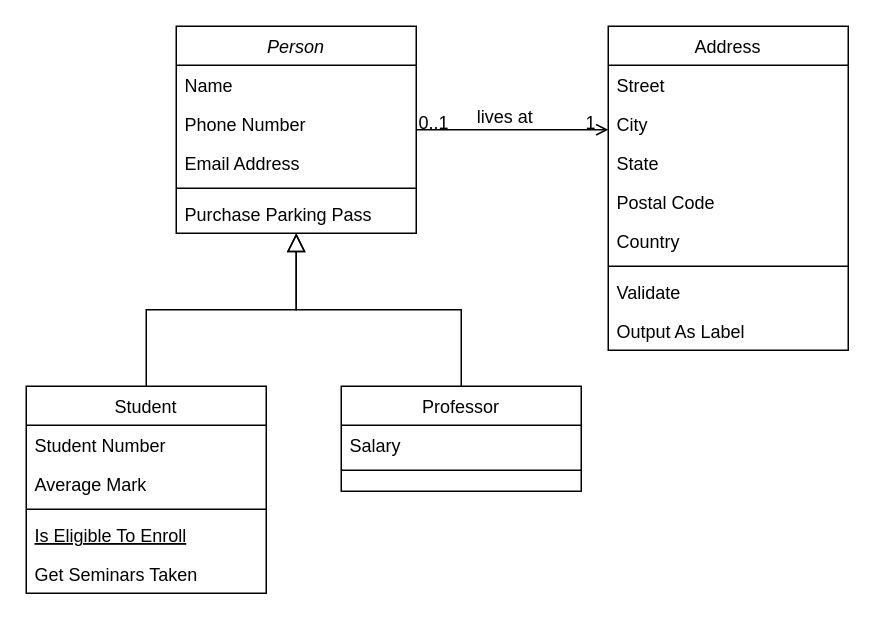
Above: Scaler-Class-Daigram.drawio in geeky-sanjay/class-diagrams (draw.io), before the change. Source tidied: cells renumbered, new cells numbered last; positions are measured from the earlier drawing's top-left corner, leaving out a move shared by most shapes. Both pictures are drawn from the tidied source at 150%, with x=0, y=0 at pixel (26, 26).
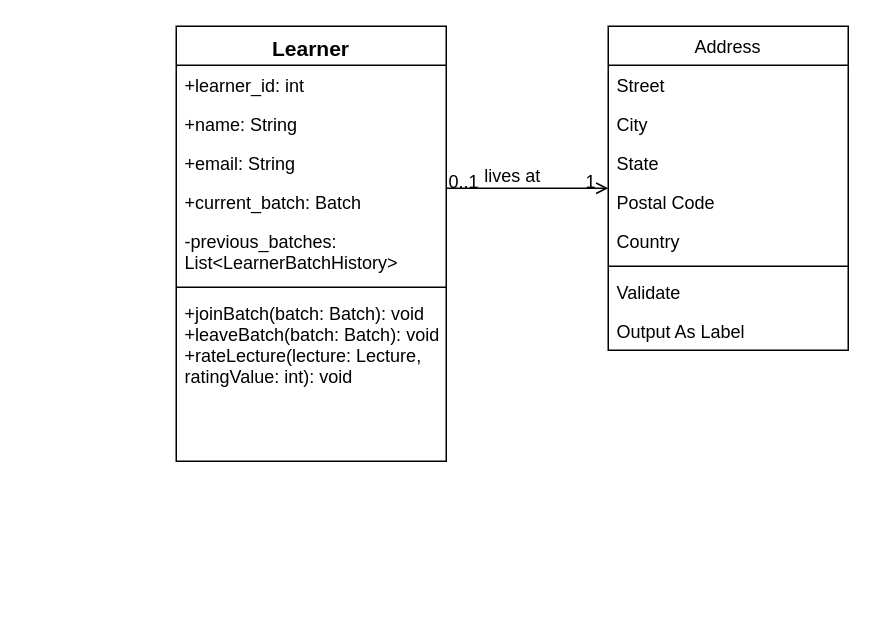
Above is the later version.

The edit, as a diff of the source:
```diff
@@
-    <mxCell id="2" value="Person" style="swimlane;fontStyle=2;align=center;verticalAlign=top;horizontal=1;startSize=26;rounded=0;shadow=0;strokeWidth=1;" parent="1" vertex="1">
-      <mxGeometry x="100" width="160" height="138" as="geometry" />
+    <mxCell id="2" value="Learner" style="swimlane;fontStyle=1;align=center;verticalAlign=top;horizontal=1;startSize=26;rounded=0;shadow=0;strokeWidth=1;fontSize=14;" parent="1" vertex="1">
+      <mxGeometry x="100" width="180" height="290" as="geometry" />
     </mxCell>
-    <mxCell id="3" value="Name" style="text;align=left;verticalAlign=top;spacingLeft=4;spacingRight=4;overflow=hidden;" parent="2" vertex="1">
-      <mxGeometry y="26" width="160" height="26" as="geometry" />
+    <mxCell id="3" value="+learner_id: int" style="text;align=left;verticalAlign=top;spacingLeft=4;spacingRight=4;overflow=hidden;" parent="2" vertex="1">
+      <mxGeometry y="26" width="180" height="26" as="geometry" />
     </mxCell>
-    <mxCell id="4" value="Phone Number" style="text;align=left;verticalAlign=top;spacingLeft=4;spacingRight=4;overflow=hidden;rounded=0;shadow=0;html=0;" parent="2" vertex="1">
-      <mxGeometry y="52" width="160" height="26" as="geometry" />
+    <mxCell id="4" value="+name: String" style="text;align=left;verticalAlign=top;spacingLeft=4;spacingRight=4;overflow=hidden;rounded=0;shadow=0;html=0;" parent="2" vertex="1">
+      <mxGeometry y="52" width="180" height="26" as="geometry" />
     </mxCell>
-    <mxCell id="5" value="Email Address" style="text;align=left;verticalAlign=top;spacingLeft=4;spacingRight=4;overflow=hidden;rounded=0;shadow=0;html=0;" parent="2" vertex="1">
-      <mxGeometry y="78" width="160" height="26" as="geometry" />
+    <mxCell id="5" value="+email: String" style="text;align=left;verticalAlign=top;spacingLeft=4;spacingRight=4;overflow=hidden;rounded=0;shadow=0;html=0;" parent="2" vertex="1">
+      <mxGeometry y="78" width="180" height="26" as="geometry" />
     </mxCell>
+    <mxCell id="32" value="+current_batch: Batch" style="text;align=left;verticalAlign=top;spacingLeft=4;spacingRight=4;overflow=hidden;rounded=0;shadow=0;html=0;" parent="2" vertex="1">
+      <mxGeometry y="104" width="180" height="26" as="geometry" />
+    </mxCell>
+    <mxCell id="33" value="-previous_batches: &#10;List&lt;LearnerBatchHistory&gt;" style="text;align=left;verticalAlign=top;spacingLeft=4;spacingRight=4;overflow=hidden;rounded=0;shadow=0;html=0;" parent="2" vertex="1">
+      <mxGeometry y="130" width="180" height="40" as="geometry" />
+    </mxCell>
     <mxCell id="6" style="line;html=1;strokeWidth=1;align=left;verticalAlign=middle;spacingTop=-1;spacingLeft=3;spacingRight=3;labelPosition=right;" parent="2" vertex="1">
-      <mxGeometry y="104" width="160" height="8" as="geometry" />
+      <mxGeometry y="170" width="180" height="8" as="geometry" />
     </mxCell>
-    <mxCell id="7" value="Purchase Parking Pass" style="text;align=left;verticalAlign=top;spacingLeft=4;spacingRight=4;overflow=hidden;" parent="2" vertex="1">
-      <mxGeometry y="112" width="160" height="26" as="geometry" />
+    <mxCell id="7" value="+joinBatch(batch: Batch): void&#10;+leaveBatch(batch: Batch): void&#10;+rateLecture(lecture: Lecture,&#10;ratingValue: int): void" style="text;align=left;verticalAlign=top;spacingLeft=4;spacingRight=4;overflow=hidden;" parent="2" vertex="1">
+      <mxGeometry y="178" width="180" height="72" as="geometry" />
     </mxCell>
-    <mxCell id="8" value="Student" style="swimlane;fontStyle=0;align=center;verticalAlign=top;horizontal=1;startSize=26;rounded=0;shadow=0;strokeWidth=1;" parent="1" vertex="1">
-      <mxGeometry y="240" width="160" height="138" as="geometry" />
-    </mxCell>
-    <mxCell id="9" value="Student Number" style="text;align=left;verticalAlign=top;spacingLeft=4;spacingRight=4;overflow=hidden;" parent="8" vertex="1">
-      <mxGeometry y="26" width="160" height="26" as="geometry" />
-    </mxCell>
-    <mxCell id="10" value="Average Mark" style="text;align=left;verticalAlign=top;spacingLeft=4;spacingRight=4;overflow=hidden;rounded=0;shadow=0;html=0;" parent="8" vertex="1">
-      <mxGeometry y="52" width="160" height="26" as="geometry" />
-    </mxCell>
-    <mxCell id="11" style="line;html=1;strokeWidth=1;align=left;verticalAlign=middle;spacingTop=-1;spacingLeft=3;spacingRight=3;labelPosition=right;" parent="8" vertex="1">
-      <mxGeometry y="78" width="160" height="8" as="geometry" />
-    </mxCell>
-    <mxCell id="12" value="Is Eligible To Enroll" style="text;align=left;verticalAlign=top;spacingLeft=4;spacingRight=4;overflow=hidden;fontStyle=4;" parent="8" vertex="1">
-      <mxGeometry y="86" width="160" height="26" as="geometry" />
-    </mxCell>
-    <mxCell id="13" value="Get Seminars Taken" style="text;align=left;verticalAlign=top;spacingLeft=4;spacingRight=4;overflow=hidden;" parent="8" vertex="1">
-      <mxGeometry y="112" width="160" height="26" as="geometry" />
-    </mxCell>
-    <mxCell id="14" style="endArrow=block;endSize=10;endFill=0;shadow=0;strokeWidth=1;rounded=0;curved=0;edgeStyle=elbowEdgeStyle;elbow=vertical;" parent="1" edge="1" source="8" target="2">
-      <mxGeometry relative="1" as="geometry" />
-    </mxCell>
-    <mxCell id="15" value="Professor" style="swimlane;fontStyle=0;align=center;verticalAlign=top;horizontal=1;startSize=26;rounded=0;shadow=0;strokeWidth=1;" parent="1" vertex="1">
-      <mxGeometry x="210" y="240" width="160" height="70" as="geometry" />
-    </mxCell>
-    <mxCell id="16" value="Salary" style="text;align=left;verticalAlign=top;spacingLeft=4;spacingRight=4;overflow=hidden;" parent="15" vertex="1">
-      <mxGeometry y="26" width="160" height="26" as="geometry" />
-    </mxCell>
-    <mxCell id="17" style="line;html=1;strokeWidth=1;align=left;verticalAlign=middle;spacingTop=-1;spacingLeft=3;spacingRight=3;labelPosition=right;" parent="15" vertex="1">
-      <mxGeometry y="52" width="160" height="8" as="geometry" />
-    </mxCell>
-    <mxCell id="18" style="endArrow=block;endSize=10;endFill=0;shadow=0;strokeWidth=1;rounded=0;curved=0;edgeStyle=elbowEdgeStyle;elbow=vertical;" parent="1" edge="1" source="15" target="2">
-      <mxGeometry relative="1" as="geometry" />
-    </mxCell>
```
